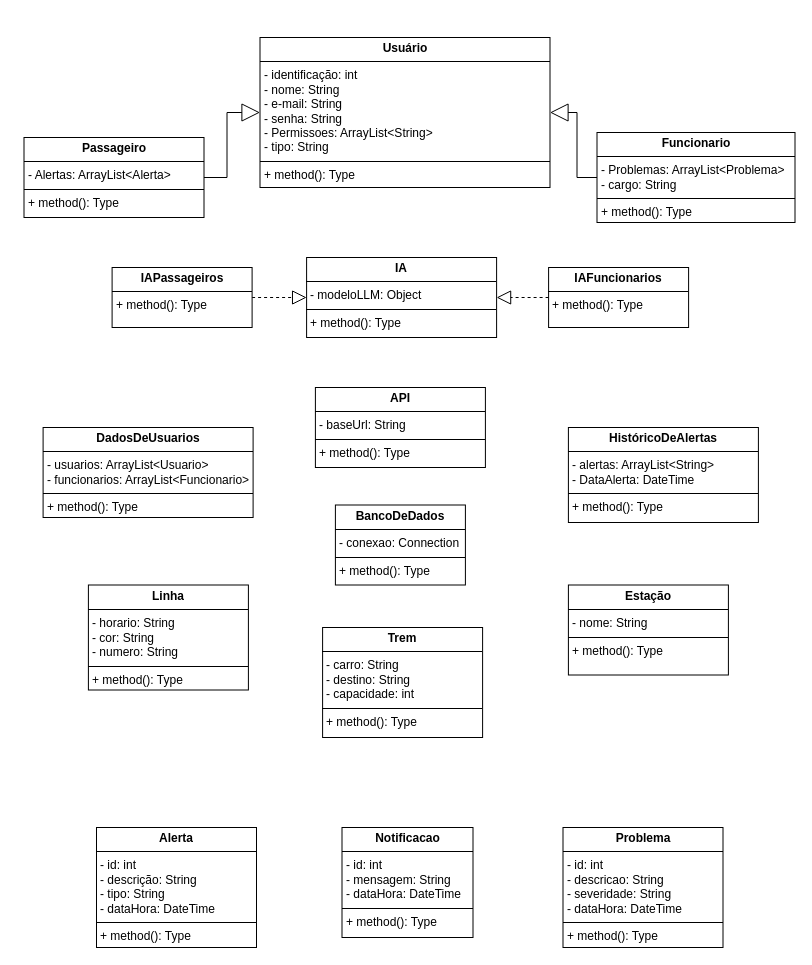
Before: Sprint1-Java-main/Sprint1.drawio in Bortolai/Sprint1-Java, a draw.io diagram. Source tidied: cells renumbered, new cells numbered last; positions are measured from the earlier drawing's top-left corner, leaving out a move shared by most shapes. Both pictures are drawn from the tidied source at 100%, with x=0, y=0 at pixel (24, 37).
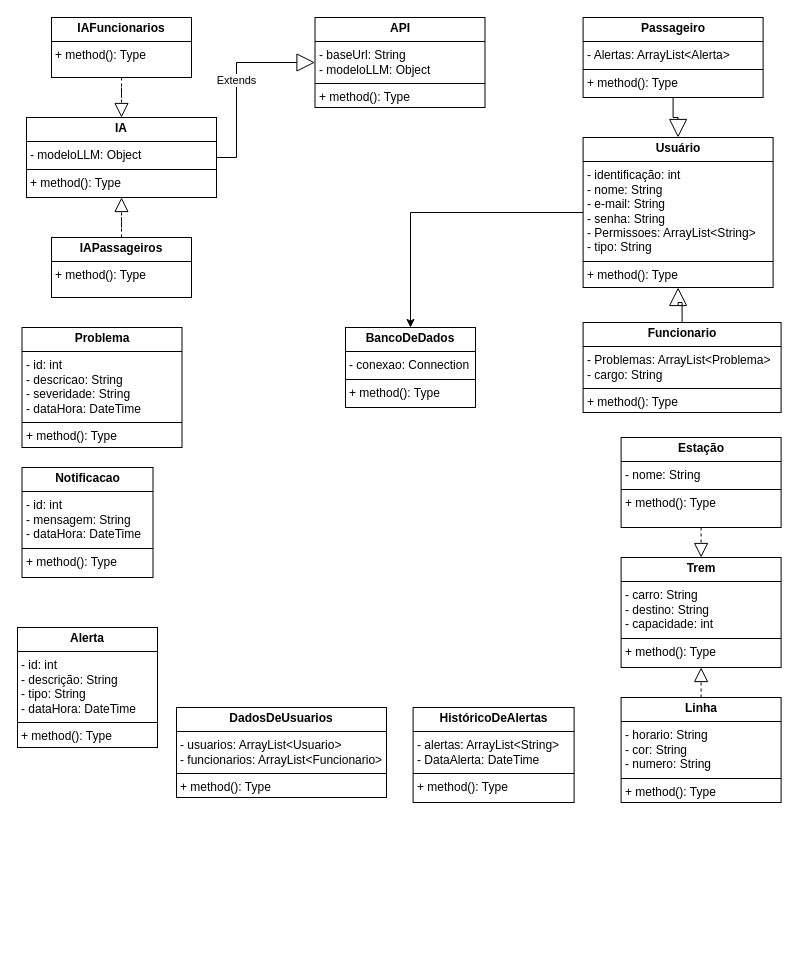
Above is the later version.

Change to the diagram source:
```diff
@@
+    <mxCell id="22" style="edgeStyle=orthogonalEdgeStyle;rounded=0;jettySize=auto;html=1;" parent="1" edge="1" source="2" target="14">
+      <mxGeometry relative="1" as="geometry" />
+    </mxCell>
     <mxCell id="2" value="&lt;p style=&quot;margin:0px;margin-top:4px;text-align:center;&quot;&gt;&lt;b&gt;Usuário&lt;/b&gt;&lt;/p&gt;&lt;hr size=&quot;1&quot; style=&quot;border-style:solid;&quot;&gt;&lt;p style=&quot;margin:0px;margin-left:4px;&quot;&gt;- identificação: int&lt;/p&gt;&lt;p style=&quot;margin:0px;margin-left:4px;&quot;&gt;- nome: String&lt;/p&gt;&lt;p style=&quot;margin:0px;margin-left:4px;&quot;&gt;- e-mail: String&lt;/p&gt;&lt;p style=&quot;margin:0px;margin-left:4px;&quot;&gt;- senha: String&lt;/p&gt;&lt;p style=&quot;margin:0px;margin-left:4px;&quot;&gt;- Permissoes: ArrayList&amp;lt;String&amp;gt;&lt;/p&gt;&lt;p style=&quot;margin:0px;margin-left:4px;&quot;&gt;- tipo: String&lt;/p&gt;&lt;hr size=&quot;1&quot; style=&quot;border-style:solid;&quot;&gt;&lt;p style=&quot;margin:0px;margin-left:4px;&quot;&gt;+ method(): Type&lt;br&gt;&lt;/p&gt;" style="verticalAlign=top;align=left;overflow=fill;html=1;whiteSpace=wrap;" parent="1" vertex="1">
-      <mxGeometry x="235.5" width="290" height="150" as="geometry" />
+      <mxGeometry x="558.6" y="100" width="190" height="150" as="geometry" />
     </mxCell>
@@
     <mxCell id="4" value="&lt;p style=&quot;margin:0px;margin-top:4px;text-align:center;&quot;&gt;&lt;b&gt;Passageiro&lt;/b&gt;&lt;/p&gt;&lt;hr size=&quot;1&quot; style=&quot;border-style:solid;&quot;&gt;&lt;p style=&quot;margin:0px;margin-left:4px;&quot;&gt;- Alertas: ArrayList&amp;lt;Alerta&amp;gt;&lt;/p&gt;&lt;hr size=&quot;1&quot; style=&quot;border-style:solid;&quot;&gt;&lt;p style=&quot;margin:0px;margin-left:4px;&quot;&gt;+ method(): Type&lt;br&gt;&lt;/p&gt;" style="verticalAlign=top;align=left;overflow=fill;html=1;whiteSpace=wrap;" parent="1" vertex="1">
-      <mxGeometry x="-0.5" y="100" width="180" height="80" as="geometry" />
+      <mxGeometry x="558.6" y="-20" width="180" height="80" as="geometry" />
     </mxCell>
@@
     <mxCell id="6" value="&lt;p style=&quot;margin:0px;margin-top:4px;text-align:center;&quot;&gt;&lt;b&gt;Funcionario&lt;/b&gt;&lt;/p&gt;&lt;hr size=&quot;1&quot; style=&quot;border-style:solid;&quot;&gt;&lt;p style=&quot;margin:0px;margin-left:4px;&quot;&gt;- Problemas: ArrayList&amp;lt;Problema&amp;gt;&lt;/p&gt;&lt;p style=&quot;margin:0px;margin-left:4px;&quot;&gt;- cargo: String&lt;/p&gt;&lt;hr size=&quot;1&quot; style=&quot;border-style:solid;&quot;&gt;&lt;p style=&quot;margin:0px;margin-left:4px;&quot;&gt;+ method(): Type&lt;br&gt;&lt;/p&gt;" style="verticalAlign=top;align=left;overflow=fill;html=1;whiteSpace=wrap;" parent="1" vertex="1">
-      <mxGeometry x="572.5" y="95" width="198" height="90" as="geometry" />
+      <mxGeometry x="558.6" y="285" width="198" height="90" as="geometry" />
     </mxCell>
     <mxCell id="7" value="&lt;p style=&quot;margin:0px;margin-top:4px;text-align:center;&quot;&gt;&lt;b&gt;Alerta&lt;/b&gt;&lt;/p&gt;&lt;hr size=&quot;1&quot; style=&quot;border-style:solid;&quot;&gt;&lt;p style=&quot;margin:0px;margin-left:4px;&quot;&gt;- id: int&lt;/p&gt;&lt;p style=&quot;margin:0px;margin-left:4px;&quot;&gt;- descrição: String&lt;/p&gt;&lt;p style=&quot;margin:0px;margin-left:4px;&quot;&gt;- tipo: String&lt;/p&gt;&lt;p style=&quot;margin:0px;margin-left:4px;&quot;&gt;- dataHora: DateTime&lt;/p&gt;&lt;hr size=&quot;1&quot; style=&quot;border-style:solid;&quot;&gt;&lt;p style=&quot;margin:0px;margin-left:4px;&quot;&gt;+ method(): Type&lt;br&gt;&lt;/p&gt;" style="verticalAlign=top;align=left;overflow=fill;html=1;whiteSpace=wrap;" parent="1" vertex="1">
-      <mxGeometry x="72" y="790" width="160" height="120" as="geometry" />
+      <mxGeometry x="-7" y="590" width="140" height="120" as="geometry" />
     </mxCell>
     <mxCell id="8" value="&lt;p style=&quot;margin:0px;margin-top:4px;text-align:center;&quot;&gt;&lt;b&gt;Problema&lt;/b&gt;&lt;/p&gt;&lt;hr size=&quot;1&quot; style=&quot;border-style:solid;&quot;&gt;&lt;p style=&quot;margin:0px;margin-left:4px;&quot;&gt;- id: int&lt;/p&gt;&lt;p style=&quot;margin:0px;margin-left:4px;&quot;&gt;- descricao: String&lt;/p&gt;&lt;p style=&quot;margin:0px;margin-left:4px;&quot;&gt;- severidade: String&lt;/p&gt;&lt;p style=&quot;margin:0px;margin-left:4px;&quot;&gt;- dataHora: DateTime&lt;/p&gt;&lt;hr size=&quot;1&quot; style=&quot;border-style:solid;&quot;&gt;&lt;p style=&quot;margin:0px;margin-left:4px;&quot;&gt;+ method(): Type&lt;br&gt;&lt;/p&gt;" style="verticalAlign=top;align=left;overflow=fill;html=1;whiteSpace=wrap;" parent="1" vertex="1">
-      <mxGeometry x="538.5" y="790" width="160" height="120" as="geometry" />
+      <mxGeometry x="-2.5" y="290" width="160" height="120" as="geometry" />
     </mxCell>
     <mxCell id="9" value="&lt;p style=&quot;margin:0px;margin-top:4px;text-align:center;&quot;&gt;&lt;b&gt;Notificacao&lt;/b&gt;&lt;/p&gt;&lt;hr size=&quot;1&quot; style=&quot;border-style:solid;&quot;&gt;&lt;p style=&quot;margin:0px;margin-left:4px;&quot;&gt;- id: int&lt;/p&gt;&lt;p style=&quot;margin:0px;margin-left:4px;&quot;&gt;- mensagem: String&lt;/p&gt;&lt;p style=&quot;margin:0px;margin-left:4px;&quot;&gt;- dataHora: DateTime&lt;/p&gt;&lt;hr size=&quot;1&quot; style=&quot;border-style:solid;&quot;&gt;&lt;p style=&quot;margin:0px;margin-left:4px;&quot;&gt;+ method(): Type&lt;br&gt;&lt;/p&gt;" style="verticalAlign=top;align=left;overflow=fill;html=1;whiteSpace=wrap;" parent="1" vertex="1">
-      <mxGeometry x="317.5" y="790" width="131" height="110" as="geometry" />
+      <mxGeometry x="-2.5" y="430" width="131" height="110" as="geometry" />
     </mxCell>
@@
     <mxCell id="11" value="&lt;p style=&quot;margin:0px;margin-top:4px;text-align:center;&quot;&gt;&lt;b&gt;IAPassageiros&lt;/b&gt;&lt;/p&gt;&lt;hr size=&quot;1&quot; style=&quot;border-style:solid;&quot;&gt;&lt;p style=&quot;margin:0px;margin-left:4px;&quot;&gt;+ method(): Type&lt;br&gt;&lt;/p&gt;" style="verticalAlign=top;align=left;overflow=fill;html=1;whiteSpace=wrap;" parent="1" vertex="1">
-      <mxGeometry x="87.6" y="230" width="140" height="60" as="geometry" />
+      <mxGeometry x="27" y="200" width="140" height="60" as="geometry" />
     </mxCell>
@@
     <mxCell id="13" value="&lt;p style=&quot;margin:0px;margin-top:4px;text-align:center;&quot;&gt;&lt;b&gt;IAFuncionarios&lt;/b&gt;&lt;/p&gt;&lt;hr size=&quot;1&quot; style=&quot;border-style:solid;&quot;&gt;&lt;p style=&quot;margin:0px;margin-left:4px;&quot;&gt;+ method(): Type&lt;br&gt;&lt;/p&gt;" style="verticalAlign=top;align=left;overflow=fill;html=1;whiteSpace=wrap;" parent="1" vertex="1">
-      <mxGeometry x="524.1" y="230" width="140" height="60" as="geometry" />
+      <mxGeometry x="27" y="-20" width="140" height="60" as="geometry" />
     </mxCell>
     <mxCell id="14" value="&lt;p style=&quot;margin:0px;margin-top:4px;text-align:center;&quot;&gt;&lt;b&gt;BancoDeDados&lt;/b&gt;&lt;/p&gt;&lt;hr size=&quot;1&quot; style=&quot;border-style:solid;&quot;&gt;&lt;p style=&quot;margin:0px;margin-left:4px;&quot;&gt;- conexao: Connection&lt;/p&gt;&lt;hr size=&quot;1&quot; style=&quot;border-style:solid;&quot;&gt;&lt;p style=&quot;margin:0px;margin-left:4px;&quot;&gt;+ method(): Type&lt;br&gt;&lt;/p&gt;" style="verticalAlign=top;align=left;overflow=fill;html=1;whiteSpace=wrap;" parent="1" vertex="1">
-      <mxGeometry x="310.9" y="467.5" width="130" height="80" as="geometry" />
+      <mxGeometry x="321" y="290" width="130" height="80" as="geometry" />
     </mxCell>
     <mxCell id="15" value="&lt;p style=&quot;margin:0px;margin-top:4px;text-align:center;&quot;&gt;&lt;b&gt;IA&lt;/b&gt;&lt;/p&gt;&lt;hr size=&quot;1&quot; style=&quot;border-style:solid;&quot;&gt;&lt;p style=&quot;margin:0px;margin-left:4px;&quot;&gt;- modeloLLM: Object&lt;br&gt;&lt;/p&gt;&lt;hr size=&quot;1&quot; style=&quot;border-style:solid;&quot;&gt;&lt;p style=&quot;margin: 0px 0px 0px 4px;&quot;&gt;+ method(): Type&lt;br&gt;&lt;/p&gt;" style="verticalAlign=top;align=left;overflow=fill;html=1;whiteSpace=wrap;fillColor=none;" parent="1" vertex="1">
-      <mxGeometry x="282.1" y="220" width="190" height="80" as="geometry" />
+      <mxGeometry x="2" y="80" width="190" height="80" as="geometry" />
     </mxCell>
-    <mxCell id="16" value="&lt;p style=&quot;margin:0px;margin-top:4px;text-align:center;&quot;&gt;&lt;b&gt;API&lt;/b&gt;&lt;/p&gt;&lt;hr size=&quot;1&quot; style=&quot;border-style:solid;&quot;&gt;&lt;p style=&quot;margin:0px;margin-left:4px;&quot;&gt;- baseUrl: String&lt;br&gt;&lt;/p&gt;&lt;hr size=&quot;1&quot; style=&quot;border-style:solid;&quot;&gt;&lt;p style=&quot;margin:0px;margin-left:4px;&quot;&gt;+ method(): Type&lt;br&gt;&lt;/p&gt;" style="verticalAlign=top;align=left;overflow=fill;html=1;whiteSpace=wrap;" parent="1" vertex="1">
-      <mxGeometry x="290.9" y="350" width="170" height="80" as="geometry" />
+    <mxCell id="16" value="&lt;p style=&quot;margin:0px;margin-top:4px;text-align:center;&quot;&gt;&lt;b&gt;API&lt;/b&gt;&lt;/p&gt;&lt;hr size=&quot;1&quot; style=&quot;border-style:solid;&quot;&gt;&lt;p style=&quot;margin:0px;margin-left:4px;&quot;&gt;- baseUrl: String&lt;br&gt;&lt;/p&gt;&lt;p style=&quot;margin:0px;margin-left:4px;&quot;&gt;- modeloLLM: Object&lt;/p&gt;&lt;hr size=&quot;1&quot; style=&quot;border-style:solid;&quot;&gt;&lt;p style=&quot;margin:0px;margin-left:4px;&quot;&gt;+ method(): Type&lt;br&gt;&lt;/p&gt;" style="verticalAlign=top;align=left;overflow=fill;html=1;whiteSpace=wrap;" parent="1" vertex="1">
+      <mxGeometry x="290.5" y="-20" width="170" height="90" as="geometry" />
     </mxCell>
     <mxCell id="17" value="&lt;p style=&quot;margin:0px;margin-top:4px;text-align:center;&quot;&gt;&lt;b&gt;HistóricoDeAlertas&lt;/b&gt;&lt;br&gt;&lt;/p&gt;&lt;hr size=&quot;1&quot; style=&quot;border-style:solid;&quot;&gt;&lt;p style=&quot;margin:0px;margin-left:4px;&quot;&gt;- alertas: ArrayList&amp;lt;String&amp;gt;&lt;br&gt;&lt;/p&gt;&lt;p style=&quot;margin:0px;margin-left:4px;&quot;&gt;- DataAlerta: DateTime&lt;/p&gt;&lt;hr size=&quot;1&quot; style=&quot;border-style:solid;&quot;&gt;&lt;p style=&quot;margin: 0px 0px 0px 4px;&quot;&gt;+ method(): Type&lt;br&gt;&lt;/p&gt;" style="verticalAlign=top;align=left;overflow=fill;html=1;whiteSpace=wrap;" parent="1" vertex="1">
-      <mxGeometry x="543.9" y="390" width="190" height="95" as="geometry" />
+      <mxGeometry x="388.6" y="670" width="161" height="95" as="geometry" />
     </mxCell>
     <mxCell id="18" value="&lt;p style=&quot;margin:0px;margin-top:4px;text-align:center;&quot;&gt;&lt;b&gt;DadosDeUsuarios&lt;/b&gt;&lt;br&gt;&lt;/p&gt;&lt;hr size=&quot;1&quot; style=&quot;border-style:solid;&quot;&gt;&lt;p style=&quot;margin:0px;margin-left:4px;&quot;&gt;- usuarios: ArrayList&amp;lt;Usuario&amp;gt;&lt;br&gt;&lt;/p&gt;&lt;p style=&quot;margin:0px;margin-left:4px;&quot;&gt;- funcionarios: ArrayList&amp;lt;Funcionario&amp;gt;&lt;/p&gt;&lt;hr size=&quot;1&quot; style=&quot;border-style:solid;&quot;&gt;&lt;p style=&quot;margin: 0px 0px 0px 4px;&quot;&gt;+ method(): Type&lt;br&gt;&lt;/p&gt;" style="verticalAlign=top;align=left;overflow=fill;html=1;whiteSpace=wrap;" parent="1" vertex="1">
-      <mxGeometry x="18.6" y="390" width="210" height="90" as="geometry" />
+      <mxGeometry x="152" y="670" width="210" height="90" as="geometry" />
     </mxCell>
     <mxCell id="19" value="&lt;p style=&quot;margin:0px;margin-top:4px;text-align:center;&quot;&gt;&lt;b&gt;Trem&lt;/b&gt;&lt;/p&gt;&lt;hr size=&quot;1&quot; style=&quot;border-style:solid;&quot;&gt;&lt;p style=&quot;margin:0px;margin-left:4px;&quot;&gt;- carro: String&lt;/p&gt;&lt;p style=&quot;margin:0px;margin-left:4px;&quot;&gt;- destino: String&lt;/p&gt;&lt;p style=&quot;margin:0px;margin-left:4px;&quot;&gt;- capacidade: int&lt;/p&gt;&lt;hr size=&quot;1&quot; style=&quot;border-style:solid;&quot;&gt;&lt;p style=&quot;margin:0px;margin-left:4px;&quot;&gt;+ method(): Type&lt;/p&gt;" style="verticalAlign=top;align=left;overflow=fill;html=1;whiteSpace=wrap;" parent="1" vertex="1">
-      <mxGeometry x="298.1" y="590" width="160" height="110" as="geometry" />
+      <mxGeometry x="596.6" y="520" width="160" height="110" as="geometry" />
     </mxCell>
     <mxCell id="20" value="&lt;p style=&quot;margin:0px;margin-top:4px;text-align:center;&quot;&gt;&lt;b&gt;Estação&lt;/b&gt;&lt;/p&gt;&lt;hr size=&quot;1&quot; style=&quot;border-style:solid;&quot;&gt;&lt;p style=&quot;margin:0px;margin-left:4px;&quot;&gt;- nome: String&lt;/p&gt;&lt;hr size=&quot;1&quot; style=&quot;border-style:solid;&quot;&gt;&lt;p style=&quot;margin:0px;margin-left:4px;&quot;&gt;+ method(): Type&lt;/p&gt;" style="verticalAlign=top;align=left;overflow=fill;html=1;whiteSpace=wrap;" parent="1" vertex="1">
-      <mxGeometry x="543.9" y="547.5" width="160" height="90" as="geometry" />
+      <mxGeometry x="596.6" y="400" width="160" height="90" as="geometry" />
     </mxCell>
     <mxCell id="21" value="&lt;p style=&quot;margin:0px;margin-top:4px;text-align:center;&quot;&gt;&lt;b&gt;Linha&lt;/b&gt;&lt;/p&gt;&lt;hr size=&quot;1&quot; style=&quot;border-style:solid;&quot;&gt;&lt;p style=&quot;margin:0px;margin-left:4px;&quot;&gt;- horario: String&lt;/p&gt;&lt;p style=&quot;margin:0px;margin-left:4px;&quot;&gt;- cor: String&lt;/p&gt;&lt;p style=&quot;margin:0px;margin-left:4px;&quot;&gt;- numero: String&lt;/p&gt;&lt;hr size=&quot;1&quot; style=&quot;border-style:solid;&quot;&gt;&lt;p style=&quot;margin:0px;margin-left:4px;&quot;&gt;+ method(): Type&lt;/p&gt;" style="verticalAlign=top;align=left;overflow=fill;html=1;whiteSpace=wrap;" parent="1" vertex="1">
-      <mxGeometry x="63.9" y="547.5" width="160" height="105" as="geometry" />
+      <mxGeometry x="596.6" y="660" width="160" height="105" as="geometry" />
     </mxCell>
+    <mxCell id="23" style="endArrow=block;dashed=1;endFill=0;endSize=12;html=1;rounded=0;" parent="1" edge="1" source="20" target="19">
+      <mxGeometry relative="1" as="geometry" />
+    </mxCell>
+    <mxCell id="24" style="endArrow=block;dashed=1;endFill=0;endSize=12;html=1;rounded=0;" parent="1" edge="1" source="21" target="19">
+      <mxGeometry relative="1" as="geometry" />
+    </mxCell>
+    <mxCell id="25" value="Extends" style="endArrow=block;endSize=16;endFill=0;html=1;rounded=0;" parent="1" edge="1" source="15" target="16">
+      <mxGeometry relative="1" as="geometry">
+        <Array as="points">
+          <mxPoint x="212" y="120" />
+          <mxPoint x="212" y="25" />
+        </Array>
+      </mxGeometry>
+    </mxCell>
```
